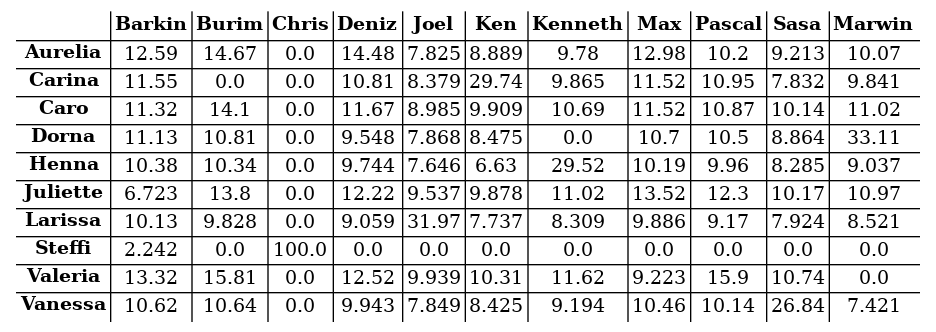
The Graphviz diagram s04/s04_tab.png in atticus-sullivan/sim-ayto, before a commit. Its source is kept beside it as s04/s04_tab.dot.
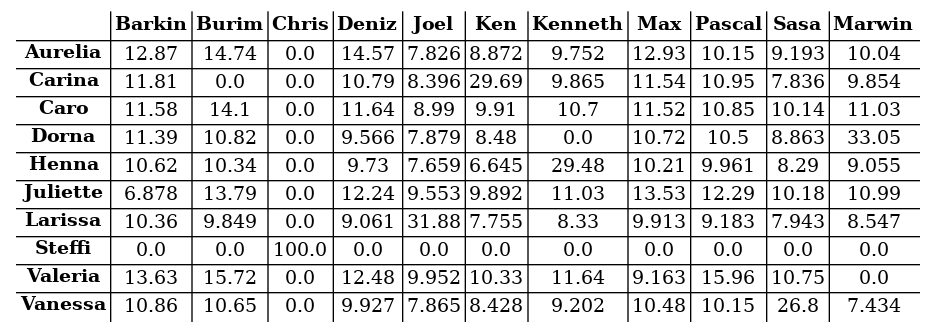
Later version of the same file.

Change to the diagram source:
```diff
@@ -15,98 +15,98 @@
 <td><B>Marwin</B></td>
 </tr>
 <tr><td><B>Aurelia</B></td>
-<td><font color="black">12.59</font></td>
-<td><font color="black">14.67</font></td>
+<td><font color="black">12.87</font></td>
+<td><font color="black">14.74</font></td>
 <td><font color="black">0.0</font></td>
-<td><font color="black">14.48</font></td>
-<td><font color="black">7.825</font></td>
-<td><font color="black">8.889</font></td>
-<td><font color="black">9.78</font></td>
-<td><font color="black">12.98</font></td>
-<td><font color="black">10.2</font></td>
-<td><font color="black">9.213</font></td>
-<td><font color="black">10.07</font></td>
+<td><font color="black">14.57</font></td>
+<td><font color="black">7.826</font></td>
+<td><font color="black">8.872</font></td>
+<td><font color="black">9.752</font></td>
+<td><font color="black">12.93</font></td>
+<td><font color="black">10.15</font></td>
+<td><font color="black">9.193</font></td>
+<td><font color="black">10.04</font></td>
 </tr>
 <tr><td><B>Carina</B></td>
-<td><font color="black">11.55</font></td>
+<td><font color="black">11.81</font></td>
 <td><font color="black">0.0</font></td>
 <td><font color="black">0.0</font></td>
-<td><font color="black">10.81</font></td>
-<td><font color="black">8.379</font></td>
-<td><font color="black">29.74</font></td>
+<td><font color="black">10.79</font></td>
+<td><font color="black">8.396</font></td>
+<td><font color="black">29.69</font></td>
 <td><font color="black">9.865</font></td>
-<td><font color="black">11.52</font></td>
+<td><font color="black">11.54</font></td>
 <td><font color="black">10.95</font></td>
-<td><font color="black">7.832</font></td>
-<td><font color="black">9.841</font></td>
+<td><font color="black">7.836</font></td>
+<td><font color="black">9.854</font></td>
 </tr>
 <tr><td><B>Caro</B></td>
-<td><font color="black">11.32</font></td>
+<td><font color="black">11.58</font></td>
 <td><font color="black">14.1</font></td>
 <td><font color="black">0.0</font></td>
-<td><font color="black">11.67</font></td>
-<td><font color="black">8.985</font></td>
-<td><font color="black">9.909</font></td>
-<td><font color="black">10.69</font></td>
+<td><font color="black">11.64</font></td>
+<td><font color="black">8.99</font></td>
+<td><font color="black">9.91</font></td>
+<td><font color="black">10.7</font></td>
 <td><font color="black">11.52</font></td>
-<td><font color="black">10.87</font></td>
+<td><font color="black">10.85</font></td>
 <td><font color="black">10.14</font></td>
-<td><font color="black">11.02</font></td>
+<td><font color="black">11.03</font></td>
 </tr>
 <tr><td><B>Dorna</B></td>
-<td><font color="black">11.13</font></td>
-<td><font color="black">10.81</font></td>
+<td><font color="black">11.39</font></td>
+<td><font color="black">10.82</font></td>
 <td><font color="black">0.0</font></td>
-<td><font color="black">9.548</font></td>
-<td><font color="black">7.868</font></td>
-<td><font color="black">8.475</font></td>
+<td><font color="black">9.566</font></td>
+<td><font color="black">7.879</font></td>
+<td><font color="black">8.48</font></td>
 <td><font color="black">0.0</font></td>
-<td><font color="black">10.7</font></td>
+<td><font color="black">10.72</font></td>
 <td><font color="black">10.5</font></td>
-<td><font color="black">8.864</font></td>
-<td><font color="black">33.11</font></td>
+<td><font color="black">8.863</font></td>
+<td><font color="black">33.05</font></td>
 </tr>
 <tr><td><B>Henna</B></td>
-<td><font color="black">10.38</font></td>
+<td><font color="black">10.62</font></td>
 <td><font color="black">10.34</font></td>
 <td><font color="black">0.0</font></td>
-<td><font color="black">9.744</font></td>
-<td><font color="black">7.646</font></td>
-<td><font color="black">6.63</font></td>
-<td><font color="black">29.52</font></td>
-<td><font color="black">10.19</font></td>
-<td><font color="black">9.96</font></td>
-<td><font color="black">8.285</font></td>
-<td><font color="black">9.037</font></td>
+<td><font color="black">9.73</font></td>
+<td><font color="black">7.659</font></td>
+<td><font color="black">6.645</font></td>
+<td><font color="black">29.48</font></td>
+<td><font color="black">10.21</font></td>
+<td><font color="black">9.961</font></td>
+<td><font color="black">8.29</font></td>
+<td><font color="black">9.055</font></td>
 </tr>
 <tr><td><B>Juliette</B></td>
-<td><font color="black">6.723</font></td>
-<td><font color="black">13.8</font></td>
+<td><font color="black">6.878</font></td>
+<td><font color="black">13.79</font></td>
 <td><font color="black">0.0</font></td>
-<td><font color="black">12.22</font></td>
-<td><font color="black">9.537</font></td>
-<td><font color="black">9.878</font></td>
-<td><font color="black">11.02</font></td>
-<td><font color="black">13.52</font></td>
-<td><font color="black">12.3</font></td>
-<td><font color="black">10.17</font></td>
-<td><font color="black">10.97</font></td>
+<td><font color="black">12.24</font></td>
+<td><font color="black">9.553</font></td>
+<td><font color="black">9.892</font></td>
+<td><font color="black">11.03</font></td>
+<td><font color="black">13.53</font></td>
+<td><font color="black">12.29</font></td>
+<td><font color="black">10.18</font></td>
+<td><font color="black">10.99</font></td>
 </tr>
 <tr><td><B>Larissa</B></td>
-<td><font color="black">10.13</font></td>
-<td><font color="black">9.828</font></td>
+<td><font color="black">10.36</font></td>
+<td><font color="black">9.849</font></td>
 <td><font color="black">0.0</font></td>
-<td><font color="black">9.059</font></td>
-<td><font color="black">31.97</font></td>
-<td><font color="black">7.737</font></td>
-<td><font color="black">8.309</font></td>
-<td><font color="black">9.886</font></td>
-<td><font color="black">9.17</font></td>
-<td><font color="black">7.924</font></td>
-<td><font color="black">8.521</font></td>
+<td><font color="black">9.061</font></td>
+<td><font color="black">31.88</font></td>
+<td><font color="black">7.755</font></td>
+<td><font color="black">8.33</font></td>
+<td><font color="black">9.913</font></td>
+<td><font color="black">9.183</font></td>
+<td><font color="black">7.943</font></td>
+<td><font color="black">8.547</font></td>
 </tr>
 <tr><td><B>Steffi</B></td>
-<td><font color="black">2.242</font></td>
+<td><font color="black">0.0</font></td>
 <td><font color="black">0.0</font></td>
 <td><font color="black">100.0</font></td>
 <td><font color="black">0.0</font></td>
@@ -119,30 +119,30 @@
 <td><font color="black">0.0</font></td>
 </tr>
 <tr><td><B>Valeria</B></td>
-<td><font color="black">13.32</font></td>
-<td><font color="black">15.81</font></td>
+<td><font color="black">13.63</font></td>
+<td><font color="black">15.72</font></td>
 <td><font color="black">0.0</font></td>
-<td><font color="black">12.52</font></td>
-<td><font color="black">9.939</font></td>
-<td><font color="black">10.31</font></td>
-<td><font color="black">11.62</font></td>
-<td><font color="black">9.223</font></td>
-<td><font color="black">15.9</font></td>
-<td><font color="black">10.74</font></td>
+<td><font color="black">12.48</font></td>
+<td><font color="black">9.952</font></td>
+<td><font color="black">10.33</font></td>
+<td><font color="black">11.64</font></td>
+<td><font color="black">9.163</font></td>
+<td><font color="black">15.96</font></td>
+<td><font color="black">10.75</font></td>
 <td><font color="black">0.0</font></td>
 </tr>
 <tr><td><B>Vanessa</B></td>
-<td><font color="black">10.62</font></td>
-<td><font color="black">10.64</font></td>
+<td><font color="black">10.86</font></td>
+<td><font color="black">10.65</font></td>
 <td><font color="black">0.0</font></td>
-<td><font color="black">9.943</font></td>
-<td><font color="black">7.849</font></td>
-<td><font color="black">8.425</font></td>
-<td><font color="black">9.194</font></td>
-<td><font color="black">10.46</font></td>
-<td><font color="black">10.14</font></td>
-<td><font color="black">26.84</font></td>
-<td><font color="black">7.421</font></td>
+<td><font color="black">9.927</font></td>
+<td><font color="black">7.865</font></td>
+<td><font color="black">8.428</font></td>
+<td><font color="black">9.202</font></td>
+<td><font color="black">10.48</font></td>
+<td><font color="black">10.15</font></td>
+<td><font color="black">26.8</font></td>
+<td><font color="black">7.434</font></td>
 </tr>
 </table>
 >];}
```
